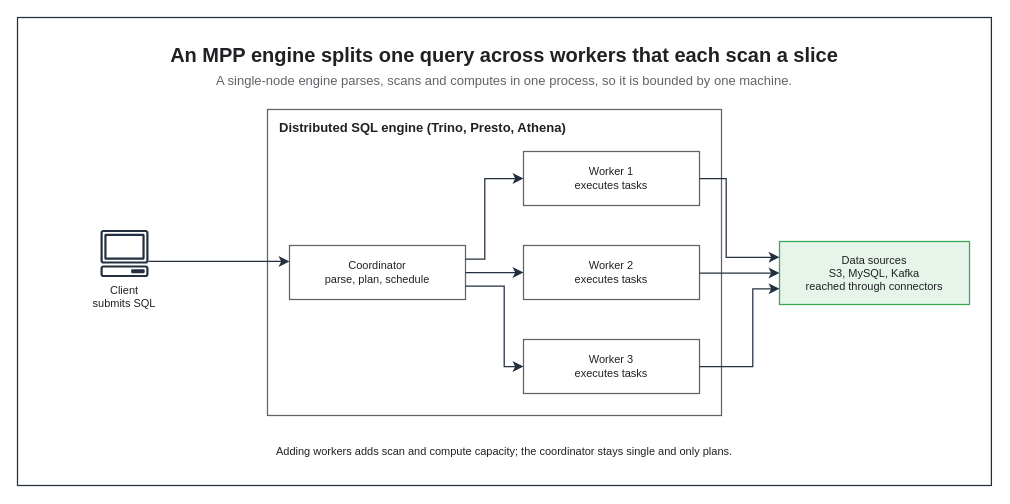
The draw.io diagram assets/img/aws/analytics-stack-03-distributed-sql-mpp.drawio in KKamJi98/kkamji98.github.io, before the edit. Source tidied: cells renumbered, new cells numbered last; positions are measured from the earlier drawing's top-left corner, leaving out a move shared by most shapes. Both pictures are drawn from the tidied source at 100%, with x=0, y=0 at pixel (17, 17).
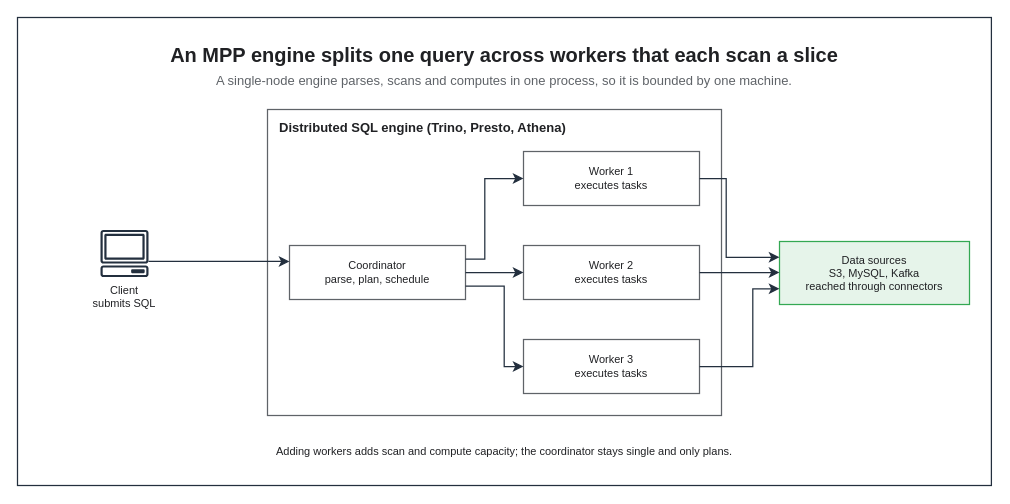
Above is the later version.

The change refers to these unchanged cells:
```xml
<mxCell id="9" value="Worker 2&#10;executes tasks" style="rounded=0;whiteSpace=wrap;html=0;fillColor=#FFFFFF;strokeColor=#5F6368;fontColor=#202124;fontSize=11;fontStyle=0;align=center;verticalAlign=middle;spacingLeft=6;spacingRight=6;strokeWidth=1.25;" parent="1" vertex="1">
  <mxGeometry x="506" y="228" width="176" height="54" as="geometry" />
</mxCell>
<mxCell id="11" value="Data sources&#10;S3, MySQL, Kafka&#10;reached through connectors" style="rounded=0;whiteSpace=wrap;html=0;fillColor=#E6F4EA;strokeColor=#34A853;fontColor=#202124;fontSize=11;fontStyle=0;align=center;verticalAlign=middle;spacingLeft=6;spacingRight=6;strokeWidth=1.25;" parent="1" vertex="1">
  <mxGeometry x="762" y="224" width="190" height="63" as="geometry" />
</mxCell>
```

The edit, as a diff of the source:
```diff
@@
-    <mxCell id="18" style="edgeStyle=orthogonalEdgeStyle;rounded=0;html=0;strokeColor=#232F3E;strokeWidth=1.25;endArrow=classic;endFill=1;endSize=7;fontSize=11;fontColor=#202124;labelBackgroundColor=none;jettySize=14;exitX=1;exitY=0.5093;entryX=0;entryY=0.5;exitDx=0;exitDy=0;entryDx=0;entryDy=0;" parent="1" edge="1" source="9" target="11">
+    <mxCell id="18" style="edgeStyle=orthogonalEdgeStyle;rounded=0;html=0;strokeColor=#232F3E;strokeWidth=1.25;endArrow=classic;endFill=1;endSize=7;fontSize=11;fontColor=#202124;labelBackgroundColor=none;jettySize=14;exitX=1;exitY=0.5;entryX=0;entryY=0.4921;exitDx=0;exitDy=0;entryDx=0;entryDy=0;" parent="1" edge="1" source="9" target="11">
       <mxGeometry relative="1" as="geometry" />
     </mxCell>
```
